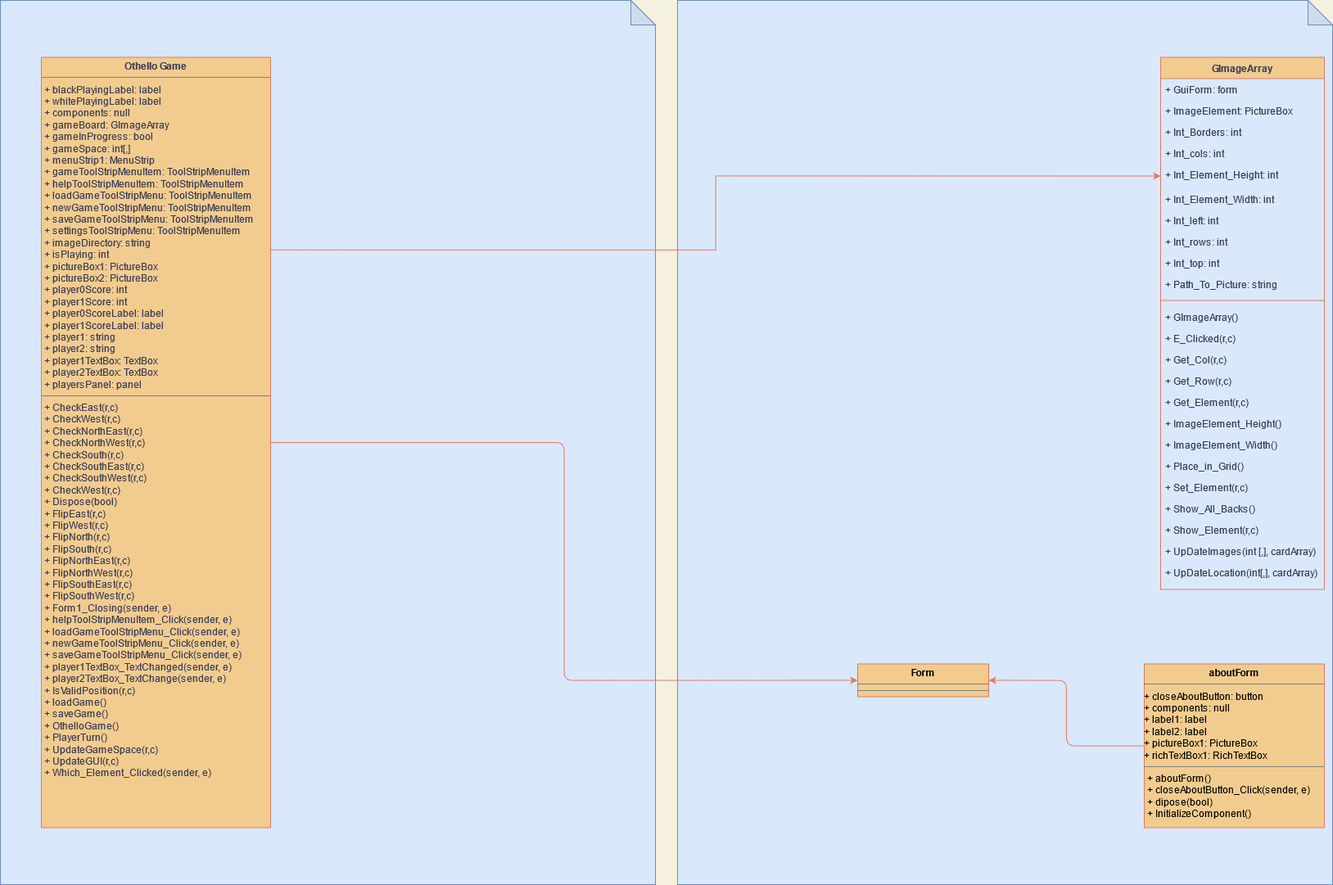
Before: Othello Class Diagram.png, a diagram exported from draw.io (MylesDodd/Othello-Game-Assignment). Source tidied: cells renumbered, new cells last; positions are measured from the earlier drawing's top-left corner, leaving out a move shared by most shapes.
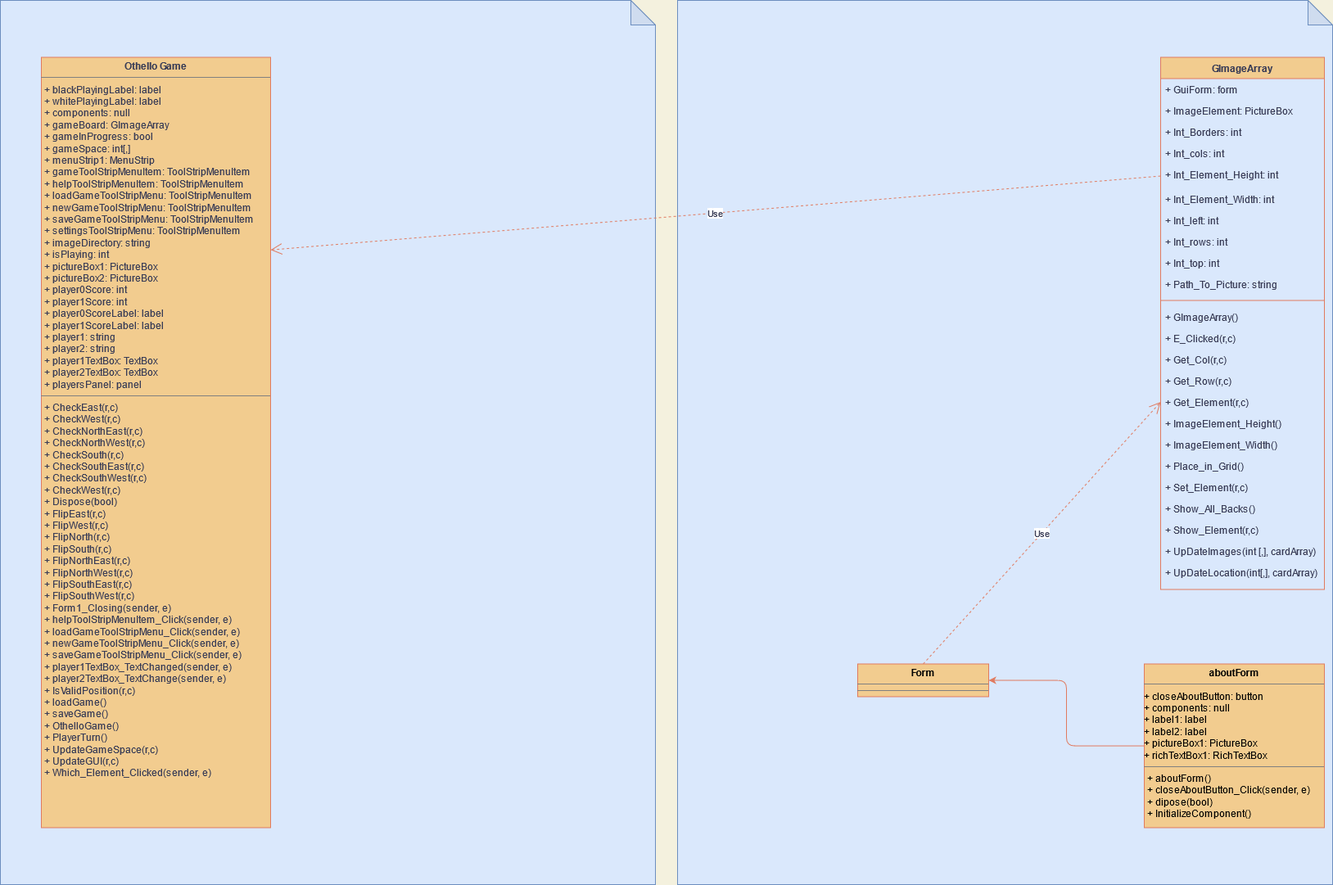
After the change.

Diff of the diagram source:
```diff
@@ -83,12 +83,6 @@
     <mxCell id="28" value="+ UpDateLocation(int[,], cardArray)" style="text;align=left;verticalAlign=top;spacingLeft=4;spacingRight=4;overflow=hidden;fontColor=#393C56;" parent="4" vertex="1">
       <mxGeometry y="616" width="200" height="26" as="geometry" />
     </mxCell>
-    <mxCell id="29" style="edgeStyle=orthogonalEdgeStyle;rounded=0;jettySize=auto;html=1;entryX=0;entryY=0.5;entryDx=0;entryDy=0;labelBackgroundColor=#F4F1DE;strokeColor=#E07A5F;fontColor=#393C56;exitX=1;exitY=0.25;exitDx=0;exitDy=0;" parent="1" edge="1" source="31" target="9">
-      <mxGeometry relative="1" as="geometry" />
-    </mxCell>
-    <mxCell id="30" style="edgeStyle=orthogonalEdgeStyle;curved=0;rounded=1;sketch=0;jettySize=auto;html=1;entryX=0;entryY=0.5;entryDx=0;entryDy=0;strokeColor=#E07A5F;fillColor=#F2CC8F;fontColor=#393C56;" parent="1" edge="1" source="31" target="34">
-      <mxGeometry relative="1" as="geometry" />
-    </mxCell>
     <mxCell id="31" value="&lt;p style=&quot;margin: 0px ; margin-top: 4px ; text-align: center&quot;&gt;&lt;b&gt;Othello Game&lt;/b&gt;&lt;br&gt;&lt;/p&gt;&lt;hr size=&quot;1&quot;&gt;&lt;p style=&quot;margin: 0px ; margin-left: 4px&quot;&gt;+ blackPlayingLabel: label&lt;/p&gt;&lt;p style=&quot;margin: 0px ; margin-left: 4px&quot;&gt;+ whitePlayingLabel: label&lt;br&gt;&lt;/p&gt;&lt;p style=&quot;margin: 0px ; margin-left: 4px&quot;&gt;+ components: null&lt;br&gt;&lt;/p&gt;&lt;p style=&quot;margin: 0px ; margin-left: 4px&quot;&gt;+ gameBoard: GImageArray&lt;/p&gt;&lt;p style=&quot;margin: 0px ; margin-left: 4px&quot;&gt;+ gameInProgress: bool&lt;/p&gt;&lt;p style=&quot;margin: 0px ; margin-left: 4px&quot;&gt;+ gameSpace: int[,]&lt;/p&gt;&lt;p style=&quot;margin: 0px ; margin-left: 4px&quot;&gt;+ menuStrip1: MenuStrip&lt;br&gt;&lt;/p&gt;&lt;p style=&quot;margin: 0px ; margin-left: 4px&quot;&gt;+ gameToolStripMenuItem: ToolStripMenuItem&lt;/p&gt;&lt;p style=&quot;margin: 0px ; margin-left: 4px&quot;&gt;+ helpToolStripMenuItem: ToolStripMenuItem&lt;/p&gt;&lt;p style=&quot;margin: 0px ; margin-left: 4px&quot;&gt;+ loadGameToolStripMenu: ToolStripMenuItem&lt;/p&gt;&lt;p style=&quot;margin: 0px ; margin-left: 4px&quot;&gt;+ newGameToolStripMenu: ToolStripMenuItem&lt;/p&gt;&lt;p style=&quot;margin: 0px ; margin-left: 4px&quot;&gt;+ saveGameToolStripMenu: ToolStripMenuItem&lt;/p&gt;&lt;p style=&quot;margin: 0px ; margin-left: 4px&quot;&gt;+ settingsToolStripMenu: ToolStripMenuItem&lt;br&gt;&lt;/p&gt;&lt;p style=&quot;margin: 0px ; margin-left: 4px&quot;&gt;+ imageDirectory: string&lt;/p&gt;&lt;p style=&quot;margin: 0px ; margin-left: 4px&quot;&gt;+ isPlaying: int&lt;/p&gt;&lt;p style=&quot;margin: 0px ; margin-left: 4px&quot;&gt;+ pictureBox1: PictureBox&lt;/p&gt;&lt;p style=&quot;margin: 0px ; margin-left: 4px&quot;&gt;+ pictureBox2: PictureBox&lt;/p&gt;&lt;p style=&quot;margin: 0px ; margin-left: 4px&quot;&gt;+ player0Score: int&lt;/p&gt;&lt;p style=&quot;margin: 0px ; margin-left: 4px&quot;&gt;+ player1Score: int&lt;br&gt;&lt;/p&gt;&lt;p style=&quot;margin: 0px ; margin-left: 4px&quot;&gt;+ player0ScoreLabel: label&lt;/p&gt;&lt;p style=&quot;margin: 0px ; margin-left: 4px&quot;&gt;+ player1ScoreLabel: label&lt;br&gt;&lt;/p&gt;&lt;p style=&quot;margin: 0px ; margin-left: 4px&quot;&gt;+ player1: string&lt;/p&gt;&lt;p style=&quot;margin: 0px ; margin-left: 4px&quot;&gt;+ player2: string&lt;/p&gt;&lt;p style=&quot;margin: 0px ; margin-left: 4px&quot;&gt;+ player1TextBox: TextBox&lt;/p&gt;&lt;p style=&quot;margin: 0px ; margin-left: 4px&quot;&gt;+ player2TextBox: TextBox&lt;/p&gt;&lt;p style=&quot;margin: 0px ; margin-left: 4px&quot;&gt;+ playersPanel: panel&lt;br&gt;&lt;/p&gt;&lt;hr size=&quot;1&quot;&gt;&lt;p style=&quot;margin: 0px ; margin-left: 4px&quot;&gt;+ CheckEast(r,c)&lt;/p&gt;&lt;p style=&quot;margin: 0px ; margin-left: 4px&quot;&gt;+ CheckWest(r,c)&lt;/p&gt;&lt;p style=&quot;margin: 0px ; margin-left: 4px&quot;&gt;+ CheckNorthEast(r,c)&lt;/p&gt;&lt;p style=&quot;margin: 0px ; margin-left: 4px&quot;&gt;+ CheckNorthWest(r,c) &lt;br&gt;&lt;/p&gt;&lt;p style=&quot;margin: 0px ; margin-left: 4px&quot;&gt;+ CheckSouth(r,c) &lt;br&gt;&lt;/p&gt;&lt;p style=&quot;margin: 0px ; margin-left: 4px&quot;&gt;+ CheckSouthEast(r,c) &lt;br&gt;&lt;/p&gt;&lt;p style=&quot;margin: 0px ; margin-left: 4px&quot;&gt;+ CheckSouthWest(r,c) &lt;br&gt;&lt;/p&gt;&lt;p style=&quot;margin: 0px ; margin-left: 4px&quot;&gt;+ CheckWest(r,c) &lt;br&gt;&lt;/p&gt;&lt;p style=&quot;margin: 0px ; margin-left: 4px&quot;&gt;+ Dispose(bool) &lt;br&gt;&lt;/p&gt;&lt;p style=&quot;margin: 0px ; margin-left: 4px&quot;&gt;+ FlipEast(r,c) &lt;br&gt;&lt;/p&gt;&lt;p style=&quot;margin: 0px ; margin-left: 4px&quot;&gt;+ FlipWest(r,c) &lt;br&gt;&lt;/p&gt;&lt;p style=&quot;margin: 0px ; margin-left: 4px&quot;&gt;+ FlipNorth(r,c) &lt;br&gt;&lt;/p&gt;&lt;p style=&quot;margin: 0px ; margin-left: 4px&quot;&gt;+ FlipSouth(r,c) &lt;br&gt;&lt;/p&gt;&lt;p style=&quot;margin: 0px ; margin-left: 4px&quot;&gt;+ FlipNorthEast(r,c) &lt;br&gt;&lt;/p&gt;&lt;p style=&quot;margin: 0px ; margin-left: 4px&quot;&gt;+ FlipNorthWest(r,c) &lt;br&gt;&lt;/p&gt;&lt;p style=&quot;margin: 0px ; margin-left: 4px&quot;&gt;+ FlipSouthEast(r,c) &lt;br&gt;&lt;/p&gt;&lt;p style=&quot;margin: 0px ; margin-left: 4px&quot;&gt;+ FlipSouthWest(r,c) &lt;br&gt;&lt;/p&gt;&lt;p style=&quot;margin: 0px ; margin-left: 4px&quot;&gt;+ Form1_Closing(sender, e) &lt;br&gt;&lt;/p&gt;&lt;p style=&quot;margin: 0px ; margin-left: 4px&quot;&gt;+ helpToolStripMenuItem_Click(sender, e)&lt;/p&gt;&lt;p style=&quot;margin: 0px ; margin-left: 4px&quot;&gt;+ loadGameToolStripMenu_Click(sender, e) &lt;br&gt;&lt;/p&gt;&lt;p style=&quot;margin: 0px ; margin-left: 4px&quot;&gt;+ newGameToolStripMenu_Click(sender, e)&lt;/p&gt;&lt;p style=&quot;margin: 0px ; margin-left: 4px&quot;&gt;+ saveGameToolStripMenu_Click(sender, e) &lt;br&gt;&lt;/p&gt;&lt;p style=&quot;margin: 0px ; margin-left: 4px&quot;&gt;+ player1TextBox_TextChanged(sender, e) &lt;br&gt;&lt;/p&gt;&lt;p style=&quot;margin: 0px ; margin-left: 4px&quot;&gt;+ player2TextBox_TextChange(sender, e) &lt;br&gt;&lt;/p&gt;&lt;p style=&quot;margin: 0px ; margin-left: 4px&quot;&gt;+ IsValidPosition(r,c) &lt;br&gt;&lt;/p&gt;&lt;p style=&quot;margin: 0px ; margin-left: 4px&quot;&gt;+ loadGame()&lt;/p&gt;&lt;p style=&quot;margin: 0px ; margin-left: 4px&quot;&gt;+ saveGame()&lt;br&gt;&lt;/p&gt;&lt;p style=&quot;margin: 0px ; margin-left: 4px&quot;&gt;+ OthelloGame()&lt;/p&gt;&lt;p style=&quot;margin: 0px ; margin-left: 4px&quot;&gt;+ PlayerTurn()&lt;/p&gt;&lt;p style=&quot;margin: 0px ; margin-left: 4px&quot;&gt;+ UpdateGameSpace(r,c) &lt;br&gt;&lt;/p&gt;&lt;p style=&quot;margin: 0px ; margin-left: 4px&quot;&gt;+ UpdateGUI(r,c)&lt;/p&gt;&lt;p style=&quot;margin: 0px ; margin-left: 4px&quot;&gt;+ Which_Element_Clicked(sender, e) &lt;br&gt;&lt;/p&gt;" style="verticalAlign=top;align=left;overflow=fill;fontSize=12;fontFamily=Helvetica;html=1;fillColor=#F2CC8F;strokeColor=#E07A5F;fontColor=#393C56;" parent="1" vertex="1">
       <mxGeometry x="50" y="69.5" width="280" height="941" as="geometry" />
     </mxCell>
@@ -101,5 +95,11 @@
     <mxCell id="34" value="&lt;p style=&quot;margin: 0px ; margin-top: 4px ; text-align: center&quot;&gt;&lt;b&gt;Form&lt;/b&gt;&lt;/p&gt;&lt;hr size=&quot;1&quot;&gt;&lt;hr size=&quot;1&quot;&gt;&lt;p style=&quot;margin: 0px ; margin-left: 4px&quot;&gt;&lt;br&gt;&lt;/p&gt;" style="verticalAlign=top;align=left;overflow=fill;fontSize=12;fontFamily=Helvetica;html=1;rounded=0;sketch=0;strokeColor=#E07A5F;fillColor=#F2CC8F;" parent="1" vertex="1">
       <mxGeometry x="1047" y="810.5" width="160" height="40" as="geometry" />
     </mxCell>
+    <mxCell id="35" value="Use" style="endArrow=open;endSize=12;dashed=1;html=1;strokeColor=#E07A5F;fillColor=#F2CC8F;fontColor=#393C56;exitX=0.5;exitY=0;exitDx=0;exitDy=0;entryX=0;entryY=0.5;entryDx=0;entryDy=0;" parent="1" edge="1" source="34" target="20">
+      <mxGeometry relative="1" as="geometry" />
+    </mxCell>
+    <mxCell id="36" value="Use" style="endArrow=open;endSize=12;dashed=1;html=1;strokeColor=#E07A5F;fillColor=#F2CC8F;fontColor=#393C56;exitX=0;exitY=0.5;exitDx=0;exitDy=0;entryX=1;entryY=0.25;entryDx=0;entryDy=0;" parent="1" edge="1" source="9" target="31">
+      <mxGeometry relative="1" as="geometry" />
+    </mxCell>
   </root>
 </mxGraphModel>
```
